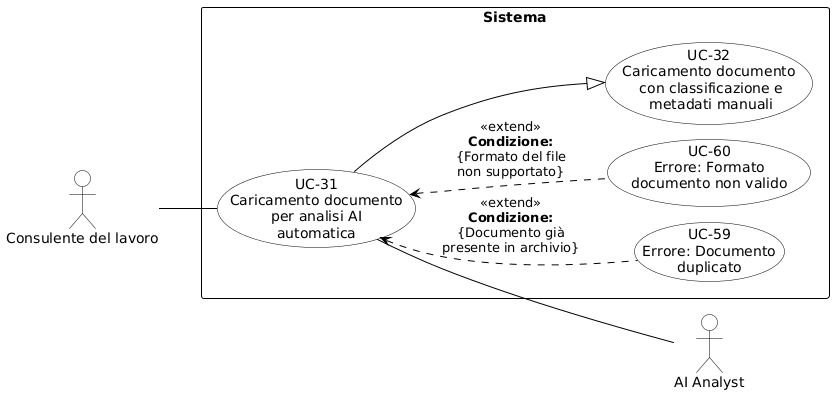
Before: RTB/Analisi dei Requisiti/diagrammi_use_case/UC-31.png, a diagram exported from PlantUML (aLittleByte-19/Documentazione).
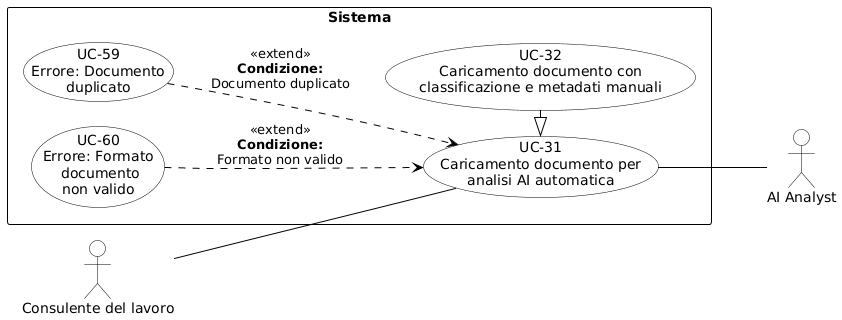
The same file after the commit.

Diff of the diagram source:
```diff
@@ -2,8 +2,8 @@
 skinparam shadowing false
 skinparam defaultFontName Arial
 left to right direction
-skinparam nodesep 15
-skinparam ranksep 50
+skinparam nodesep 25
+skinparam ranksep 70
 
 skinparam usecase {
     BackgroundColor white
@@ -20,21 +20,21 @@
 }
 
 actor "Consulente del lavoro" as CL
-actor "AI Analyst" as AA
+actor "AI Analyst" as AI
 
 rectangle "Sistema" {
-    usecase "UC-31\nCaricamento documento\nper analisi AI\nautomatica" as UC31
+    usecase "UC-31\nCaricamento documento per\nanalisi AI automatica" as UC31
+    usecase "UC-32\nCaricamento documento con\nclassificazione e metadati manuali" as UC32
+
     usecase "UC-59\nErrore: Documento\nduplicato" as UC59
-    usecase "UC-60\nErrore: Formato\ndocumento non valido" as UC60
-    usecase "UC-32\nCaricamento documento\n con classificazione e\n metadati manuali" as UC32
+    usecase "UC-60\nErrore: Formato\n documento\nnon valido" as UC60
 
-    UC31 <.. UC59 : <<extend>>\n**Condizione:**\n{Documento già\npresente in archivio}
+    UC32 -left-|> UC31
 
-    UC31 <.. UC60 : <<extend>>\n**Condizione:**\n{Formato del file\nnon supportato}
-
-    UC31 --|> UC32
+    UC59 ..> UC31 : <<extend>>\n**Condizione:**\nDocumento duplicato
+    UC60 ..> UC31 : <<extend>>\n**Condizione:**\nFormato non valido
 }
 
 CL -- UC31
-UC31 -- AA
+UC31 -- AI
 @enduml
```
